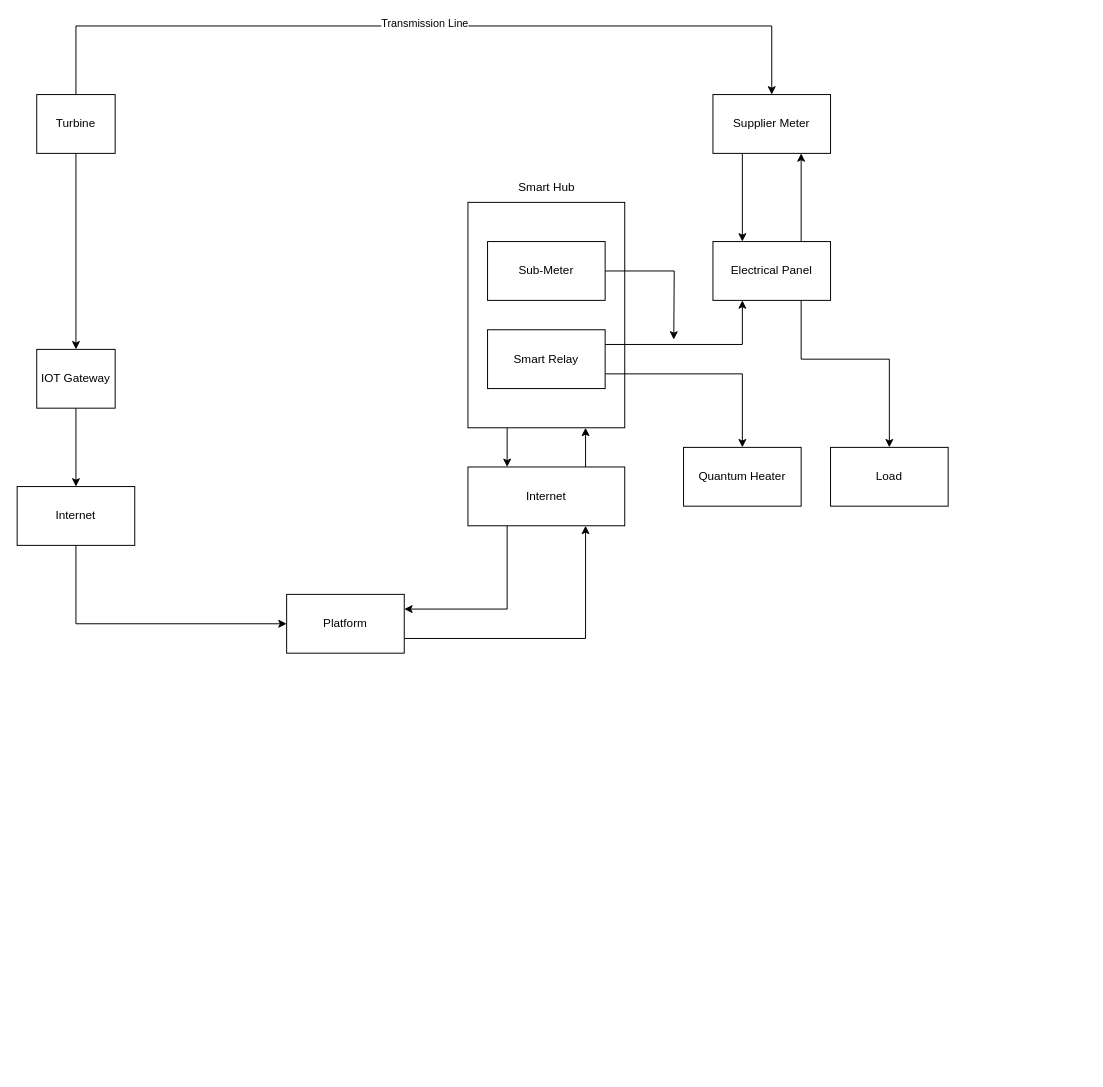
Above: AIB_diagram.drawio in ryanabsar/AIB-Capstone-Project (draw.io), before the change. Source tidied: cells renumbered, new cells numbered last; positions are measured from the earlier drawing's top-left corner, leaving out a move shared by most shapes. Both pictures are drawn from the tidied source at 98%, with x=0, y=0 at pixel (17, 25). Pictures stored in the file or linked from it are replaced by grey dashed boxes.
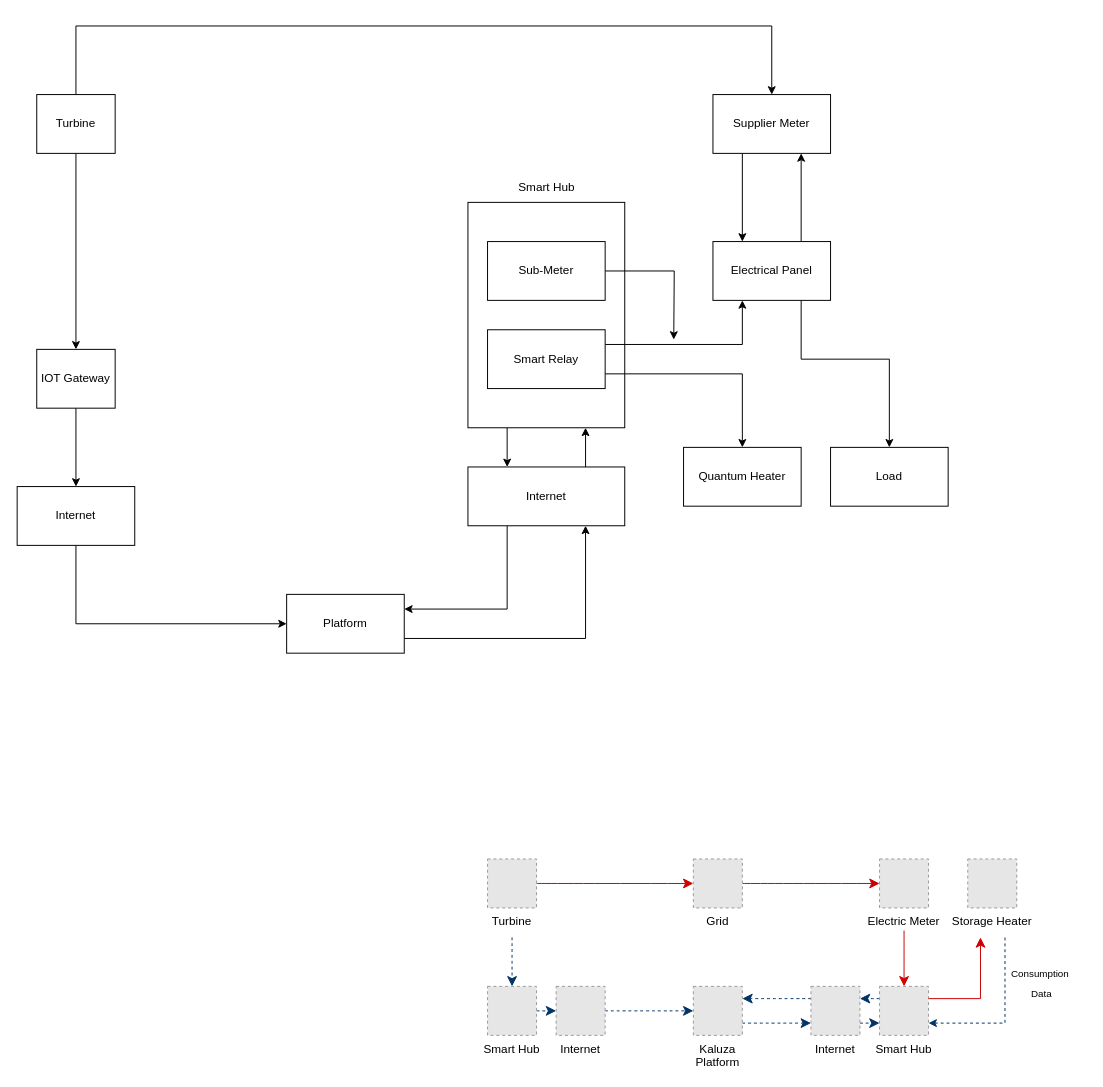
The same page after the edit.

Unchanged cells that the change refers to:
```xml
<mxCell id="3" style="edgeStyle=orthogonalEdgeStyle;rounded=0;jettySize=auto;html=1;exitX=0.5;exitY=0;exitDx=0;exitDy=0;entryX=0.5;entryY=0;entryDx=0;entryDy=0;" parent="1" edge="1" source="5" target="13">
  <mxGeometry relative="1" as="geometry">
    <Array as="points">
      <mxPoint x="60" />
      <mxPoint x="770" />
    </Array>
  </mxGeometry>
</mxCell>
```

Change to the diagram source:
```diff
@@
-    <mxCell id="4" value="Transmission Line" style="edgeLabel;html=1;align=center;verticalAlign=middle;" parent="3" vertex="1">
-      <mxGeometry y="3" relative="1" as="geometry" />
-    </mxCell>
@@
+    <mxCell id="30" style="edgeStyle=none;curved=1;rounded=0;jettySize=auto;html=1;exitX=1;exitY=0.5;exitDx=0;exitDy=0;fontSize=12;startSize=8;endSize=8;strokeColor=#CC0000;" parent="1" edge="1" source="32" target="40">
+      <mxGeometry relative="1" as="geometry" />
+    </mxCell>
+    <mxCell id="31" style="edgeStyle=none;curved=1;rounded=0;jettySize=auto;html=1;entryX=0.5;entryY=0;entryDx=0;entryDy=0;fontSize=12;startSize=8;endSize=8;strokeColor=#003366;dashed=1;" parent="1" edge="1" target="34">
+      <mxGeometry relative="1" as="geometry">
+        <mxPoint x="505" y="930" as="sourcePoint" />
+      </mxGeometry>
+    </mxCell>
+    <mxCell id="32" value="Turbine" style="fillColor=#E6E6E6;strokeColor=#999999;dashed=1;verticalLabelPosition=bottom;labelBackgroundColor=default;verticalAlign=top;" parent="1" vertex="1">
+      <mxGeometry x="480" y="850" width="50" height="50" as="geometry" />
+    </mxCell>
+    <mxCell id="33" style="edgeStyle=none;curved=1;rounded=0;jettySize=auto;html=1;exitX=1;exitY=0.5;exitDx=0;exitDy=0;entryX=0;entryY=0.5;entryDx=0;entryDy=0;fontSize=12;startSize=8;endSize=8;strokeColor=#003366;dashed=1;" parent="1" edge="1" source="34" target="36">
+      <mxGeometry relative="1" as="geometry" />
+    </mxCell>
+    <mxCell id="34" value="Smart Hub" style="fillColor=#E6E6E6;strokeColor=#999999;dashed=1;verticalLabelPosition=bottom;labelBackgroundColor=default;verticalAlign=top;" parent="1" vertex="1">
+      <mxGeometry x="480" y="980" width="50" height="50" as="geometry" />
+    </mxCell>
+    <mxCell id="35" style="edgeStyle=none;curved=1;rounded=0;jettySize=auto;html=1;exitX=1;exitY=0.5;exitDx=0;exitDy=0;entryX=0;entryY=0.5;entryDx=0;entryDy=0;fontSize=12;startSize=8;endSize=8;strokeColor=#003366;dashed=1;" parent="1" edge="1" source="36" target="48">
+      <mxGeometry relative="1" as="geometry" />
+    </mxCell>
+    <mxCell id="36" value="Internet" style="fillColor=#E6E6E6;strokeColor=#999999;dashed=1;verticalLabelPosition=bottom;labelBackgroundColor=default;verticalAlign=top;" parent="1" vertex="1">
+      <mxGeometry x="550" y="980" width="50" height="50" as="geometry" />
+    </mxCell>
+    <mxCell id="37" style="edgeStyle=none;curved=1;rounded=0;jettySize=auto;html=1;entryX=0.5;entryY=0;entryDx=0;entryDy=0;fontSize=12;startSize=8;endSize=8;strokeColor=#CC0000;" parent="1" edge="1" target="42">
+      <mxGeometry relative="1" as="geometry">
+        <mxPoint x="905" y="920" as="sourcePoint" />
+      </mxGeometry>
+    </mxCell>
+    <mxCell id="38" value="Electric Meter" style="fillColor=#E6E6E6;strokeColor=#999999;dashed=1;verticalLabelPosition=bottom;labelBackgroundColor=default;verticalAlign=top;" parent="1" vertex="1">
+      <mxGeometry x="880" y="850" width="50" height="50" as="geometry" />
+    </mxCell>
+    <mxCell id="39" style="edgeStyle=none;curved=1;rounded=0;jettySize=auto;html=1;exitX=1;exitY=0.5;exitDx=0;exitDy=0;fontSize=12;startSize=8;endSize=8;strokeColor=#CC0000;" parent="1" edge="1" source="40" target="38">
+      <mxGeometry relative="1" as="geometry" />
+    </mxCell>
+    <mxCell id="40" value="Grid" style="fillColor=#E6E6E6;strokeColor=#999999;dashed=1;verticalLabelPosition=bottom;labelBackgroundColor=default;verticalAlign=top;" parent="1" vertex="1">
+      <mxGeometry x="690" y="850" width="50" height="50" as="geometry" />
+    </mxCell>
+    <mxCell id="41" style="edgeStyle=none;curved=1;rounded=0;jettySize=auto;html=1;exitX=0;exitY=0.25;exitDx=0;exitDy=0;entryX=1;entryY=0.25;entryDx=0;entryDy=0;fontSize=12;startSize=8;endSize=8;strokeColor=#003366;dashed=1;" parent="1" edge="1" source="42" target="46">
+      <mxGeometry relative="1" as="geometry" />
+    </mxCell>
+    <mxCell id="42" value="Smart Hub" style="fillColor=#E6E6E6;strokeColor=#999999;dashed=1;verticalLabelPosition=bottom;labelBackgroundColor=default;verticalAlign=top;" parent="1" vertex="1">
+      <mxGeometry x="880" y="980" width="50" height="50" as="geometry" />
+    </mxCell>
+    <mxCell id="43" style="endArrow=classic;html=1;rounded=0;fontSize=12;startSize=8;endSize=8;edgeStyle=orthogonalEdgeStyle;exitX=1;exitY=0.25;exitDx=0;exitDy=0;strokeColor=#CC0000;" parent="1" edge="1" source="42">
+      <mxGeometry relative="1" as="geometry">
+        <mxPoint x="983" y="930" as="targetPoint" />
+        <Array as="points">
+          <mxPoint x="983" y="992" />
+        </Array>
+      </mxGeometry>
+    </mxCell>
+    <mxCell id="44" style="edgeStyle=none;curved=1;rounded=0;jettySize=auto;html=1;exitX=1;exitY=0.75;exitDx=0;exitDy=0;entryX=0;entryY=0.75;entryDx=0;entryDy=0;fontSize=12;startSize=8;endSize=8;strokeColor=#003366;dashed=1;" parent="1" edge="1" source="46" target="42">
+      <mxGeometry relative="1" as="geometry" />
+    </mxCell>
+    <mxCell id="45" style="edgeStyle=none;curved=1;rounded=0;jettySize=auto;html=1;exitX=0;exitY=0.25;exitDx=0;exitDy=0;entryX=1;entryY=0.25;entryDx=0;entryDy=0;fontSize=12;startSize=8;endSize=8;strokeColor=#003366;dashed=1;" parent="1" edge="1" source="46" target="48">
+      <mxGeometry relative="1" as="geometry" />
+    </mxCell>
+    <mxCell id="46" value="Internet" style="fillColor=#E6E6E6;strokeColor=#999999;dashed=1;verticalLabelPosition=bottom;labelBackgroundColor=default;verticalAlign=top;" parent="1" vertex="1">
+      <mxGeometry x="810" y="980" width="50" height="50" as="geometry" />
+    </mxCell>
+    <mxCell id="47" style="edgeStyle=none;curved=1;rounded=0;jettySize=auto;html=1;exitX=1;exitY=0.75;exitDx=0;exitDy=0;entryX=0;entryY=0.75;entryDx=0;entryDy=0;fontSize=12;startSize=8;endSize=8;strokeColor=#003366;dashed=1;" parent="1" edge="1" source="48" target="46">
+      <mxGeometry relative="1" as="geometry" />
+    </mxCell>
+    <mxCell id="48" value="Kaluza&#10;Platform" style="fillColor=#E6E6E6;strokeColor=#999999;dashed=1;verticalLabelPosition=bottom;labelBackgroundColor=default;verticalAlign=top;" parent="1" vertex="1">
+      <mxGeometry x="690" y="980" width="50" height="50" as="geometry" />
+    </mxCell>
+    <mxCell id="49" value="Storage Heater" style="fillColor=#E6E6E6;strokeColor=#999999;dashed=1;verticalLabelPosition=bottom;labelBackgroundColor=default;verticalAlign=top;" parent="1" vertex="1">
+      <mxGeometry x="970" y="850" width="50" height="50" as="geometry" />
+    </mxCell>
+    <mxCell id="50" style="endArrow=none;html=1;rounded=0;fontSize=12;edgeStyle=orthogonalEdgeStyle;exitX=1;exitY=0.75;exitDx=0;exitDy=0;endFill=1;startArrow=classic;startFill=1;strokeColor=#003366;dashed=1;" parent="1" edge="1" source="42">
+      <mxGeometry relative="1" as="geometry">
+        <mxPoint x="1008" y="930" as="targetPoint" />
+        <Array as="points">
+          <mxPoint x="1008" y="1018" />
+        </Array>
+      </mxGeometry>
+    </mxCell>
+    <mxCell id="51" value="&lt;font style=&quot;font-size: 10px;&quot;&gt;Consumption&amp;nbsp;&lt;/font&gt;&lt;div&gt;&lt;font style=&quot;font-size: 10px;&quot;&gt;Data&lt;/font&gt;&lt;/div&gt;" style="text;html=1;align=center;verticalAlign=middle;strokeColor=none;fillColor=none;fontSize=16;" parent="1" vertex="1">
+      <mxGeometry x="1000" y="950" width="90" height="50" as="geometry" />
+    </mxCell>
```
